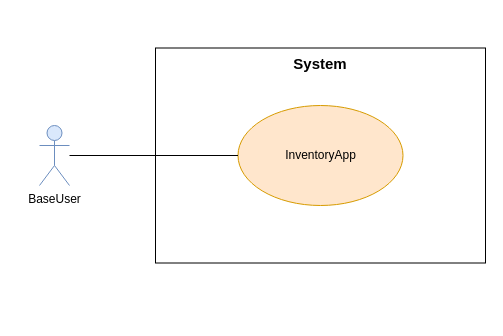
Earlier version of the draw.io diagram dev_doc/documents/_res/_raw/Context_Diagram.drawio (filippochinni/inventory-app). Source tidied: cells renumbered, new cells numbered last; positions are measured from the earlier drawing's top-left corner, leaving out a move shared by most shapes. Both pictures are drawn from the tidied source at 100%, with x=0, y=0 at pixel (39, 47).
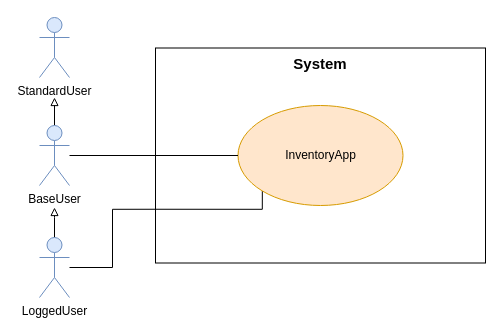
Above is the later version.

Commit message (it also covers changes not shown here):
Update: Use Cases and Scenarios

What changed in the source:
```diff
@@
 <mxGraphModel>
   <root>
     <mxCell id="0" />
     <mxCell id="1" parent="0" />
     <mxCell id="2" value="&lt;b&gt;&lt;font style=&quot;font-size: 15px;&quot;&gt;System&lt;/font&gt;&lt;/b&gt;" style="rounded=0;whiteSpace=wrap;html=1;verticalAlign=top;" parent="1" vertex="1">
       <mxGeometry x="116" y="0.5" width="330" height="215" as="geometry" />
     </mxCell>
+    <mxCell id="6" style="edgeStyle=orthogonalEdgeStyle;rounded=0;jettySize=auto;html=1;exitX=0;exitY=1;exitDx=0;exitDy=0;entryX=0;entryY=0.75;entryDx=0;entryDy=0;endArrow=none;endFill=0;" parent="1" edge="1" source="3" target="2">
+      <mxGeometry relative="1" as="geometry">
+        <Array as="points">
+          <mxPoint x="223" y="162" />
+          <mxPoint x="116" y="162" />
+        </Array>
+      </mxGeometry>
+    </mxCell>
     <mxCell id="3" value="InventoryApp" style="ellipse;whiteSpace=wrap;html=1;fillColor=#ffe6cc;strokeColor=#d79b00;" parent="1" vertex="1">
       <mxGeometry x="198.5" y="58" width="165" height="100" as="geometry" />
     </mxCell>
     <mxCell id="4" style="edgeStyle=orthogonalEdgeStyle;rounded=0;jettySize=auto;html=1;entryX=0;entryY=0.5;entryDx=0;entryDy=0;endArrow=none;startFill=0;" parent="1" edge="1" source="5" target="3">
       <mxGeometry relative="1" as="geometry" />
     </mxCell>
+    <mxCell id="7" style="edgeStyle=orthogonalEdgeStyle;rounded=0;jettySize=auto;html=1;endArrow=block;endFill=0;" parent="1" edge="1" source="5">
+      <mxGeometry relative="1" as="geometry">
+        <mxPoint x="15" y="50" as="targetPoint" />
+      </mxGeometry>
+    </mxCell>
     <mxCell id="5" value="BaseUser" style="shape=umlActor;verticalLabelPosition=bottom;verticalAlign=top;html=1;outlineConnect=0;fillColor=#dae8fc;strokeColor=#6c8ebf;" parent="1" vertex="1">
       <mxGeometry y="78" width="30" height="60" as="geometry" />
     </mxCell>
+    <mxCell id="8" value="StandardUser" style="shape=umlActor;verticalLabelPosition=bottom;verticalAlign=top;html=1;fillColor=#dae8fc;strokeColor=#6c8ebf;" parent="1" vertex="1">
+      <mxGeometry y="-30" width="30" height="60" as="geometry" />
+    </mxCell>
+    <mxCell id="9" style="edgeStyle=orthogonalEdgeStyle;rounded=0;jettySize=auto;html=1;endArrow=block;endFill=0;" parent="1" edge="1" source="11">
+      <mxGeometry relative="1" as="geometry">
+        <mxPoint x="15" y="160" as="targetPoint" />
+      </mxGeometry>
+    </mxCell>
+    <mxCell id="10" style="edgeStyle=orthogonalEdgeStyle;rounded=0;jettySize=auto;html=1;endArrow=none;endFill=0;entryX=0;entryY=0.75;entryDx=0;entryDy=0;" parent="1" edge="1" source="11" target="2">
+      <mxGeometry relative="1" as="geometry" />
+    </mxCell>
+    <mxCell id="11" value="LoggedUser" style="shape=umlActor;verticalLabelPosition=bottom;verticalAlign=top;html=1;outlineConnect=0;fillColor=#dae8fc;strokeColor=#6c8ebf;" parent="1" vertex="1">
+      <mxGeometry y="190" width="30" height="60" as="geometry" />
+    </mxCell>
   </root>
 </mxGraphModel>
```
